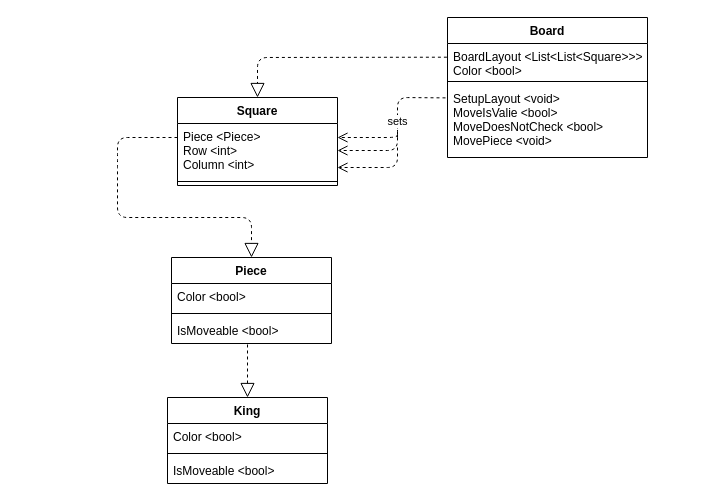
Earlier version of the draw.io diagram Chess-AdvancedSE/Docs/Doku/newDoku/entities.drawio (schmida736/Chess-AdvancedSE). Source tidied: cells renumbered, new cells numbered last; positions are measured from the earlier drawing's top-left corner, leaving out a move shared by most shapes. Both pictures are drawn from the tidied source at 100%, with x=0, y=0 at pixel (117, 17).
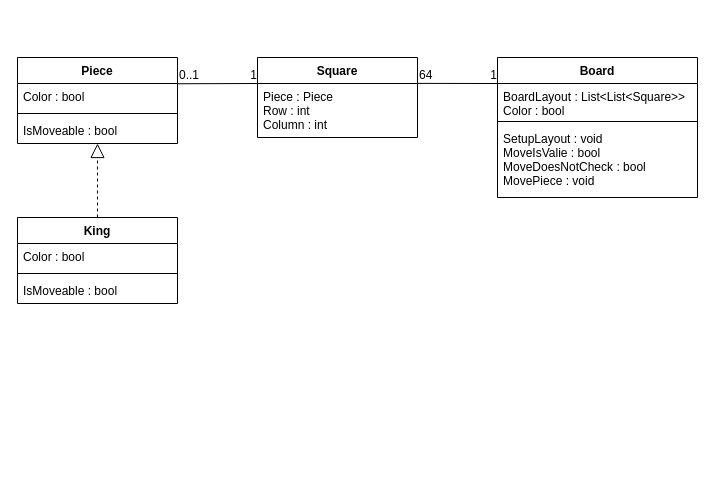
After the change.

What changed in the source:
```diff
@@
     <mxCell id="2" value="Square" style="swimlane;fontStyle=1;align=center;verticalAlign=top;horizontal=1;startSize=26;" parent="1" vertex="1">
-      <mxGeometry x="60" y="80" width="160" height="88" as="geometry" />
+      <mxGeometry x="140" y="40" width="160" height="80" as="geometry" />
     </mxCell>
-    <mxCell id="3" value="Piece &lt;Piece&gt;&#10;Row &lt;int&gt;&#10;Column &lt;int&gt;" style="text;strokeColor=none;fillColor=none;align=left;verticalAlign=top;spacingLeft=4;spacingRight=4;overflow=hidden;points=[[0,0.5],[1,0.5]];portConstraint=eastwest;" parent="2" vertex="1">
+    <mxCell id="3" value="Piece : Piece&#10;Row : int&#10;Column : int" style="text;strokeColor=none;fillColor=none;align=left;verticalAlign=top;spacingLeft=4;spacingRight=4;overflow=hidden;points=[[0,0.5],[1,0.5]];portConstraint=eastwest;" parent="2" vertex="1">
       <mxGeometry y="26" width="160" height="54" as="geometry" />
     </mxCell>
-    <mxCell id="4" style="line;strokeWidth=1;fillColor=none;align=left;verticalAlign=middle;spacingTop=-1;spacingLeft=3;spacingRight=3;labelPosition=right;" parent="2" vertex="1">
-      <mxGeometry y="80" width="160" height="8" as="geometry" />
-    </mxCell>
     <mxCell id="5" value="Board" style="swimlane;fontStyle=1;align=center;verticalAlign=top;horizontal=1;startSize=26;" parent="1" vertex="1">
-      <mxGeometry x="330" width="200" height="140" as="geometry" />
+      <mxGeometry x="380" y="40" width="200" height="140" as="geometry" />
     </mxCell>
-    <mxCell id="6" value="BoardLayout &lt;List&lt;List&lt;Square&gt;&gt;&gt;&#10;Color &lt;bool&gt;" style="text;strokeColor=none;fillColor=none;align=left;verticalAlign=top;spacingLeft=4;spacingRight=4;overflow=hidden;points=[[0,0.5],[1,0.5]];portConstraint=eastwest;" parent="5" vertex="1">
+    <mxCell id="6" value="BoardLayout : List&lt;List&lt;Square&gt;&gt;&#10;Color : bool" style="text;strokeColor=none;fillColor=none;align=left;verticalAlign=top;spacingLeft=4;spacingRight=4;overflow=hidden;points=[[0,0.5],[1,0.5]];portConstraint=eastwest;" parent="5" vertex="1">
       <mxGeometry y="26" width="200" height="34" as="geometry" />
     </mxCell>
@@
-    <mxCell id="8" value="SetupLayout &lt;void&gt;&#10;MoveIsValie &lt;bool&gt;&#10;MoveDoesNotCheck &lt;bool&gt;&#10;MovePiece &lt;void&gt;" style="text;strokeColor=none;fillColor=none;align=left;verticalAlign=top;spacingLeft=4;spacingRight=4;overflow=hidden;points=[[0,0.5],[1,0.5]];portConstraint=eastwest;" parent="5" vertex="1">
+    <mxCell id="8" value="SetupLayout : void&#10;MoveIsValie : bool&#10;MoveDoesNotCheck : bool&#10;MovePiece : void" style="text;strokeColor=none;fillColor=none;align=left;verticalAlign=top;spacingLeft=4;spacingRight=4;overflow=hidden;points=[[0,0.5],[1,0.5]];portConstraint=eastwest;" parent="5" vertex="1">
       <mxGeometry y="68" width="200" height="72" as="geometry" />
     </mxCell>
     <mxCell id="9" value="Piece" style="swimlane;fontStyle=1;align=center;verticalAlign=top;horizontal=1;startSize=26;" parent="1" vertex="1">
-      <mxGeometry x="54" y="240" width="160" height="86" as="geometry" />
+      <mxGeometry x="-100" y="40" width="160" height="86" as="geometry" />
     </mxCell>
-    <mxCell id="10" value="Color &lt;bool&gt;&#10;" style="text;strokeColor=none;fillColor=none;align=left;verticalAlign=top;spacingLeft=4;spacingRight=4;overflow=hidden;points=[[0,0.5],[1,0.5]];portConstraint=eastwest;" parent="9" vertex="1">
+    <mxCell id="10" value="Color : bool&#10;" style="text;strokeColor=none;fillColor=none;align=left;verticalAlign=top;spacingLeft=4;spacingRight=4;overflow=hidden;points=[[0,0.5],[1,0.5]];portConstraint=eastwest;" parent="9" vertex="1">
       <mxGeometry y="26" width="160" height="26" as="geometry" />
     </mxCell>
@@
-    <mxCell id="12" value="IsMoveable &lt;bool&gt;" style="text;strokeColor=none;fillColor=none;align=left;verticalAlign=top;spacingLeft=4;spacingRight=4;overflow=hidden;points=[[0,0.5],[1,0.5]];portConstraint=eastwest;" parent="9" vertex="1">
+    <mxCell id="12" value="IsMoveable : bool" style="text;strokeColor=none;fillColor=none;align=left;verticalAlign=top;spacingLeft=4;spacingRight=4;overflow=hidden;points=[[0,0.5],[1,0.5]];portConstraint=eastwest;" parent="9" vertex="1">
       <mxGeometry y="60" width="160" height="26" as="geometry" />
     </mxCell>
-    <mxCell id="13" style="endArrow=block;dashed=1;endFill=0;endSize=12;html=1;exitX=-0.003;exitY=0.403;exitDx=0;exitDy=0;entryX=0.5;entryY=0;entryDx=0;entryDy=0;exitPerimeter=0;" parent="1" edge="1" source="6" target="2">
-      <mxGeometry relative="1" as="geometry">
-        <Array as="points">
-          <mxPoint x="140" y="40" />
-        </Array>
-      </mxGeometry>
-    </mxCell>
-    <mxCell id="14" style="endArrow=block;dashed=1;endFill=0;endSize=12;html=1;entryX=0.5;entryY=0;entryDx=0;entryDy=0;" parent="1" edge="1" target="9">
-      <mxGeometry relative="1" as="geometry">
-        <mxPoint x="60" y="120" as="sourcePoint" />
-        <Array as="points">
-          <mxPoint y="120" />
-          <mxPoint y="140" />
-          <mxPoint y="200" />
-          <mxPoint x="134" y="200" />
-        </Array>
-      </mxGeometry>
-    </mxCell>
-    <mxCell id="15" value="sets" style="html=1;verticalAlign=bottom;endArrow=open;dashed=1;endSize=8;exitX=-0.01;exitY=0.172;exitDx=0;exitDy=0;exitPerimeter=0;entryX=1;entryY=0.5;entryDx=0;entryDy=0;" parent="1" edge="1" source="8" target="3">
-      <mxGeometry relative="1" as="geometry">
-        <Array as="points">
-          <mxPoint x="280" y="80" />
-          <mxPoint x="280" y="133" />
-        </Array>
-      </mxGeometry>
-    </mxCell>
-    <mxCell id="16" style="html=1;verticalAlign=bottom;endArrow=open;dashed=1;endSize=8;" parent="1" edge="1">
-      <mxGeometry relative="1" as="geometry">
-        <mxPoint x="280" y="130" as="sourcePoint" />
-        <mxPoint x="220" y="150" as="targetPoint" />
-        <Array as="points">
-          <mxPoint x="280" y="150" />
-        </Array>
-      </mxGeometry>
-    </mxCell>
-    <mxCell id="17" style="html=1;verticalAlign=bottom;endArrow=open;dashed=1;endSize=8;" parent="1" edge="1">
-      <mxGeometry relative="1" as="geometry">
-        <mxPoint x="280" y="120" as="sourcePoint" />
-        <mxPoint x="220" y="120" as="targetPoint" />
-        <Array as="points">
-          <mxPoint x="280" y="110" />
-          <mxPoint x="280" y="120" />
-        </Array>
-      </mxGeometry>
-    </mxCell>
     <mxCell id="18" value="King" style="swimlane;fontStyle=1;align=center;verticalAlign=top;horizontal=1;startSize=26;" parent="1" vertex="1">
-      <mxGeometry x="50" y="380" width="160" height="86" as="geometry" />
+      <mxGeometry x="-100" y="200" width="160" height="86" as="geometry" />
     </mxCell>
-    <mxCell id="19" value="Color &lt;bool&gt;&#10;" style="text;strokeColor=none;fillColor=none;align=left;verticalAlign=top;spacingLeft=4;spacingRight=4;overflow=hidden;" parent="18" vertex="1">
+    <mxCell id="19" value="Color : bool&#10;" style="text;strokeColor=none;fillColor=none;align=left;verticalAlign=top;spacingLeft=4;spacingRight=4;overflow=hidden;" parent="18" vertex="1">
       <mxGeometry y="26" width="160" height="26" as="geometry" />
     </mxCell>
@@
-    <mxCell id="21" value="IsMoveable &lt;bool&gt;" style="text;strokeColor=none;fillColor=none;align=left;verticalAlign=top;spacingLeft=4;spacingRight=4;overflow=hidden;" parent="18" vertex="1">
+    <mxCell id="21" value="IsMoveable : bool" style="text;strokeColor=none;fillColor=none;align=left;verticalAlign=top;spacingLeft=4;spacingRight=4;overflow=hidden;" parent="18" vertex="1">
       <mxGeometry y="60" width="160" height="26" as="geometry" />
     </mxCell>
-    <mxCell id="22" style="endArrow=block;dashed=1;endFill=0;endSize=12;html=1;exitX=0.475;exitY=1.038;exitDx=0;exitDy=0;exitPerimeter=0;entryX=0.5;entryY=0;entryDx=0;entryDy=0;" parent="1" edge="1" source="12" target="18">
-      <mxGeometry relative="1" as="geometry" />
-    </mxCell>
+    <mxCell id="23" style="endArrow=none;html=1;rounded=0;entryX=0.001;entryY=0.001;entryDx=0;entryDy=0;exitX=1;exitY=-0.002;exitDx=0;exitDy=0;exitPerimeter=0;entryPerimeter=0;" parent="1" edge="1" source="3" target="6">
+      <mxGeometry relative="1" as="geometry" />
+    </mxCell>
+    <mxCell id="24" value="64" style="html=1;align=left;verticalAlign=bottom;" parent="23" vertex="1">
+      <mxGeometry x="-1" relative="1" as="geometry" />
+    </mxCell>
+    <mxCell id="25" value="1" style="html=1;align=right;verticalAlign=bottom;" parent="23" vertex="1">
+      <mxGeometry x="1" relative="1" as="geometry" />
+    </mxCell>
+    <mxCell id="26" style="endArrow=none;html=1;rounded=0;entryX=-0.001;entryY=0;entryDx=0;entryDy=0;exitX=0.999;exitY=0.01;exitDx=0;exitDy=0;exitPerimeter=0;entryPerimeter=0;" parent="1" edge="1" source="10" target="3">
+      <mxGeometry relative="1" as="geometry" />
+    </mxCell>
+    <mxCell id="27" value="0..1" style="html=1;align=left;verticalAlign=bottom;" parent="26" vertex="1">
+      <mxGeometry x="-1" relative="1" as="geometry" />
+    </mxCell>
+    <mxCell id="28" value="1" style="html=1;align=right;verticalAlign=bottom;" parent="26" vertex="1">
+      <mxGeometry x="1" relative="1" as="geometry" />
+    </mxCell>
+    <mxCell id="29" style="endArrow=block;dashed=1;endFill=0;endSize=12;html=1;rounded=0;exitX=0.5;exitY=0;exitDx=0;exitDy=0;entryX=0.5;entryY=1;entryDx=0;entryDy=0;" parent="1" edge="1" source="18" target="9">
+      <mxGeometry relative="1" as="geometry" />
+    </mxCell>
```
